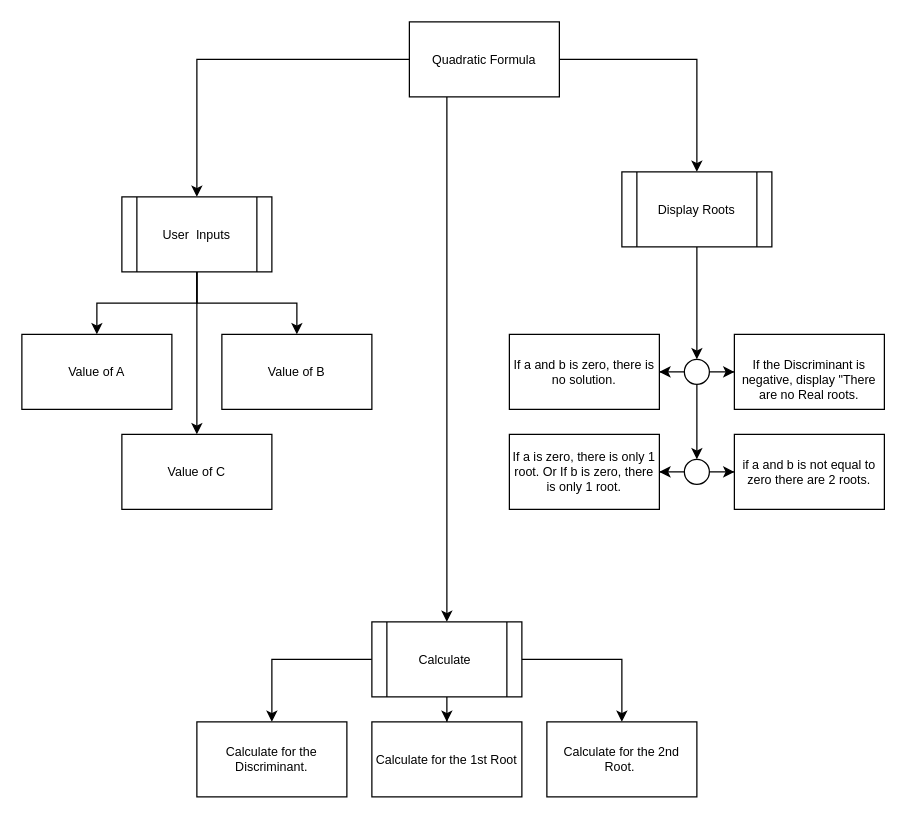
AmawNiZy/Assignments keeps this draw.io diagram as Project64_StructureChart.drawio. Above is the earlier version. Source tidied: cells renumbered, new cells numbered last; positions are measured from the earlier drawing's top-left corner, leaving out a move shared by most shapes. Both pictures are drawn from the tidied source at 125%, with x=0, y=0 at pixel (21, 21).
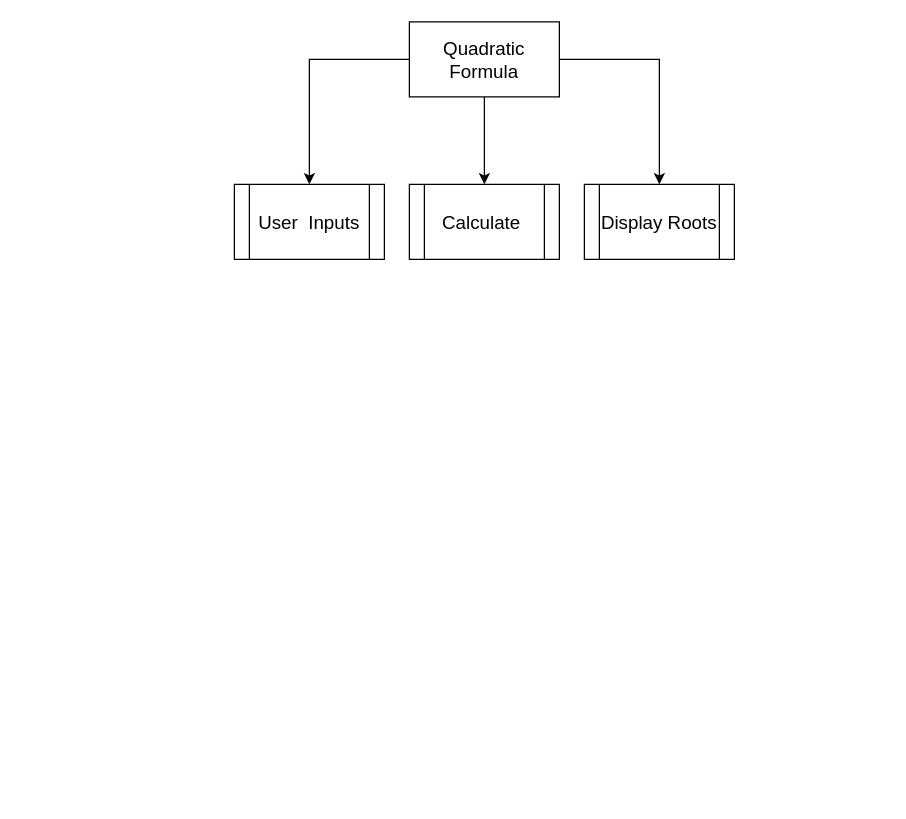
Above is the later version.

Change to the diagram source:
```diff
@@
+    <mxCell id="3" style="edgeStyle=orthogonalEdgeStyle;rounded=0;jettySize=auto;html=1;fontSize=15;exitX=1;exitY=0.5;exitDx=0;exitDy=0;" parent="1" edge="1" source="5" target="10">
+      <mxGeometry relative="1" as="geometry" />
+    </mxCell>
+    <mxCell id="33" style="edgeStyle=orthogonalEdgeStyle;rounded=0;jettySize=auto;html=1;fontSize=15;" parent="1" edge="1" source="5" target="29">
+      <mxGeometry relative="1" as="geometry" />
+    </mxCell>
-    <mxCell id="2" style="edgeStyle=orthogonalEdgeStyle;rounded=0;jettySize=auto;html=1;fontSize=10;" parent="1" edge="1" source="5" target="9">
+    <mxCell id="2" style="edgeStyle=orthogonalEdgeStyle;rounded=0;jettySize=auto;html=1;fontSize=15;" parent="1" edge="1" source="5" target="9">
       <mxGeometry relative="1" as="geometry" />
     </mxCell>
-    <mxCell id="3" style="edgeStyle=orthogonalEdgeStyle;rounded=0;jettySize=auto;html=1;fontSize=10;exitX=1;exitY=0.5;exitDx=0;exitDy=0;" parent="1" edge="1" source="5" target="10">
-      <mxGeometry relative="1" as="geometry" />
-    </mxCell>
-    <mxCell id="4" style="edgeStyle=orthogonalEdgeStyle;rounded=0;jettySize=auto;html=1;exitX=0.25;exitY=1;exitDx=0;exitDy=0;fontSize=10;" parent="1" edge="1" source="5">
-      <mxGeometry relative="1" as="geometry">
-        <mxPoint x="340" y="480" as="targetPoint" />
-      </mxGeometry>
-    </mxCell>
-    <mxCell id="5" value="Quadratic Formula" style="rounded=0;whiteSpace=wrap;html=1;fontSize=10;" parent="1" vertex="1">
+    <mxCell id="5" value="Quadratic Formula" style="rounded=0;whiteSpace=wrap;html=1;fontSize=15;" parent="1" vertex="1">
       <mxGeometry x="310" width="120" height="60" as="geometry" />
     </mxCell>
-    <mxCell id="6" style="edgeStyle=orthogonalEdgeStyle;rounded=0;jettySize=auto;html=1;fontSize=10;" parent="1" edge="1" source="9" target="12">
-      <mxGeometry relative="1" as="geometry" />
-    </mxCell>
-    <mxCell id="7" style="edgeStyle=orthogonalEdgeStyle;rounded=0;jettySize=auto;html=1;fontSize=10;" parent="1" edge="1" source="9" target="11">
-      <mxGeometry relative="1" as="geometry" />
-    </mxCell>
-    <mxCell id="8" style="edgeStyle=orthogonalEdgeStyle;rounded=0;jettySize=auto;html=1;fontSize=10;" parent="1" edge="1" source="9" target="13">
-      <mxGeometry relative="1" as="geometry" />
-    </mxCell>
-    <mxCell id="9" value="User&amp;nbsp; Inputs" style="shape=process;whiteSpace=wrap;html=1;backgroundOutline=1;fontSize=10;" parent="1" vertex="1">
-      <mxGeometry x="80" y="140" width="120" height="60" as="geometry" />
+    <mxCell id="9" value="User&amp;nbsp; Inputs" style="shape=process;whiteSpace=wrap;html=1;backgroundOutline=1;fontSize=15;" parent="1" vertex="1">
+      <mxGeometry x="170" y="130" width="120" height="60" as="geometry" />
     </mxCell>
-    <mxCell id="10" value="Display Roots" style="shape=process;whiteSpace=wrap;html=1;backgroundOutline=1;fontSize=10;" parent="1" vertex="1">
-      <mxGeometry x="480" y="120" width="120" height="60" as="geometry" />
+    <mxCell id="10" value="Display Roots" style="shape=process;whiteSpace=wrap;html=1;backgroundOutline=1;fontSize=15;" parent="1" vertex="1">
+      <mxGeometry x="450" y="130" width="120" height="60" as="geometry" />
     </mxCell>
-    <mxCell id="11" value="Value of B" style="rounded=0;whiteSpace=wrap;html=1;fontSize=10;" parent="1" vertex="1">
-      <mxGeometry x="160" y="250" width="120" height="60" as="geometry" />
-    </mxCell>
-    <mxCell id="12" value="Value of A" style="rounded=0;whiteSpace=wrap;html=1;fontSize=10;" parent="1" vertex="1">
-      <mxGeometry y="250" width="120" height="60" as="geometry" />
-    </mxCell>
-    <mxCell id="13" value="Value of C" style="rounded=0;whiteSpace=wrap;html=1;fontSize=10;" parent="1" vertex="1">
-      <mxGeometry x="80" y="330" width="120" height="60" as="geometry" />
-    </mxCell>
-    <mxCell id="14" value="If a and b is zero, there is no solution." style="rounded=0;whiteSpace=wrap;html=1;fontSize=10;" parent="1" vertex="1">
-      <mxGeometry x="390" y="250" width="120" height="60" as="geometry" />
-    </mxCell>
-    <mxCell id="15" value="If a is zero, there is only 1 root. Or If b is zero, there is only 1 root." style="rounded=0;whiteSpace=wrap;html=1;fontSize=10;" parent="1" vertex="1">
-      <mxGeometry x="390" y="330" width="120" height="60" as="geometry" />
-    </mxCell>
-    <mxCell id="16" value="&lt;br&gt;If the Discriminant is negative, display &quot;There are no Real roots." style="rounded=0;whiteSpace=wrap;html=1;fontSize=10;" parent="1" vertex="1">
-      <mxGeometry x="570" y="250" width="120" height="60" as="geometry" />
-    </mxCell>
-    <mxCell id="17" value="if a and b is not equal to zero there are 2 roots." style="rounded=0;whiteSpace=wrap;html=1;fontSize=10;" parent="1" vertex="1">
-      <mxGeometry x="570" y="330" width="120" height="60" as="geometry" />
-    </mxCell>
-    <mxCell id="18" style="endArrow=classic;html=1;rounded=0;exitX=0.5;exitY=1;exitDx=0;exitDy=0;entryX=0.5;entryY=0;entryDx=0;entryDy=0;fontSize=10;" parent="1" edge="1" source="25" target="21">
-      <mxGeometry relative="1" as="geometry" />
-    </mxCell>
-    <mxCell id="19" style="edgeStyle=orthogonalEdgeStyle;rounded=0;jettySize=auto;html=1;fontSize=10;" parent="1" edge="1" source="21" target="15">
-      <mxGeometry relative="1" as="geometry" />
-    </mxCell>
-    <mxCell id="20" style="edgeStyle=orthogonalEdgeStyle;rounded=0;jettySize=auto;html=1;fontSize=10;" parent="1" edge="1" source="21" target="17">
-      <mxGeometry relative="1" as="geometry" />
-    </mxCell>
-    <mxCell id="21" style="ellipse;whiteSpace=wrap;html=1;fontSize=10;" parent="1" vertex="1">
-      <mxGeometry x="530" y="350" width="20" height="20" as="geometry" />
-    </mxCell>
-    <mxCell id="22" style="endArrow=classic;html=1;rounded=0;exitX=0.5;exitY=1;exitDx=0;exitDy=0;entryX=0.5;entryY=0;entryDx=0;entryDy=0;fontSize=10;" parent="1" edge="1" source="10" target="25">
-      <mxGeometry relative="1" as="geometry" />
-    </mxCell>
-    <mxCell id="23" style="edgeStyle=orthogonalEdgeStyle;rounded=0;jettySize=auto;html=1;fontSize=10;" parent="1" edge="1" source="25" target="14">
-      <mxGeometry relative="1" as="geometry" />
-    </mxCell>
-    <mxCell id="24" style="edgeStyle=orthogonalEdgeStyle;rounded=0;jettySize=auto;html=1;fontSize=10;" parent="1" edge="1" source="25" target="16">
-      <mxGeometry relative="1" as="geometry" />
-    </mxCell>
-    <mxCell id="25" style="ellipse;whiteSpace=wrap;html=1;fontSize=10;" parent="1" vertex="1">
-      <mxGeometry x="530" y="270" width="20" height="20" as="geometry" />
-    </mxCell>
-    <mxCell id="26" style="edgeStyle=orthogonalEdgeStyle;rounded=0;jettySize=auto;html=1;" parent="1" edge="1" source="29" target="31">
-      <mxGeometry relative="1" as="geometry" />
-    </mxCell>
-    <mxCell id="27" style="edgeStyle=orthogonalEdgeStyle;rounded=0;jettySize=auto;html=1;" parent="1" edge="1" source="29" target="30">
-      <mxGeometry relative="1" as="geometry" />
-    </mxCell>
-    <mxCell id="28" style="edgeStyle=orthogonalEdgeStyle;rounded=0;jettySize=auto;html=1;" parent="1" edge="1" source="29" target="32">
-      <mxGeometry relative="1" as="geometry" />
-    </mxCell>
-    <mxCell id="29" value="Calculate&amp;nbsp;" style="shape=process;whiteSpace=wrap;html=1;backgroundOutline=1;fontSize=10;" parent="1" vertex="1">
-      <mxGeometry x="280" y="480" width="120" height="60" as="geometry" />
+    <mxCell id="29" value="Calculate&amp;nbsp;" style="shape=process;whiteSpace=wrap;html=1;backgroundOutline=1;fontSize=15;" parent="1" vertex="1">
+      <mxGeometry x="310" y="130" width="120" height="60" as="geometry" />
     </mxCell>
-    <mxCell id="30" value="Calculate for the 1st Root" style="rounded=0;whiteSpace=wrap;html=1;fontSize=10;" parent="1" vertex="1">
-      <mxGeometry x="280" y="560" width="120" height="60" as="geometry" />
-    </mxCell>
-    <mxCell id="31" value="Calculate for the 2nd Root.&amp;nbsp;" style="rounded=0;whiteSpace=wrap;html=1;fontSize=10;" parent="1" vertex="1">
-      <mxGeometry x="420" y="560" width="120" height="60" as="geometry" />
-    </mxCell>
-    <mxCell id="32" value="Calculate for the Discriminant." style="rounded=0;whiteSpace=wrap;html=1;fontSize=10;" parent="1" vertex="1">
-      <mxGeometry x="140" y="560" width="120" height="60" as="geometry" />
-    </mxCell>
```
